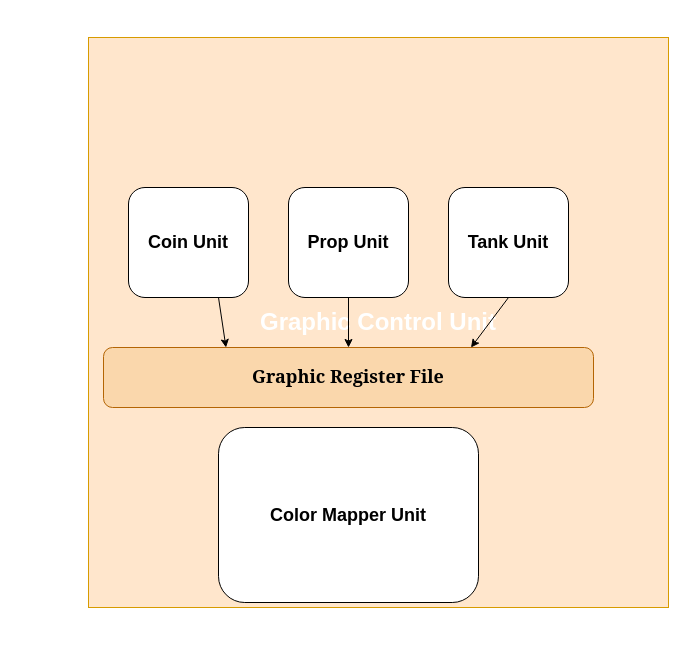
Above: FPGA-Block.drawio in MooMooHorse/FPGA-Tank-World (draw.io), before the change. Source tidied: cells renumbered, new cells numbered last; positions are measured from the earlier drawing's top-left corner, leaving out a move shared by most shapes. Both pictures are drawn from the tidied source at 100%, with x=0, y=0 at pixel (88, 37).
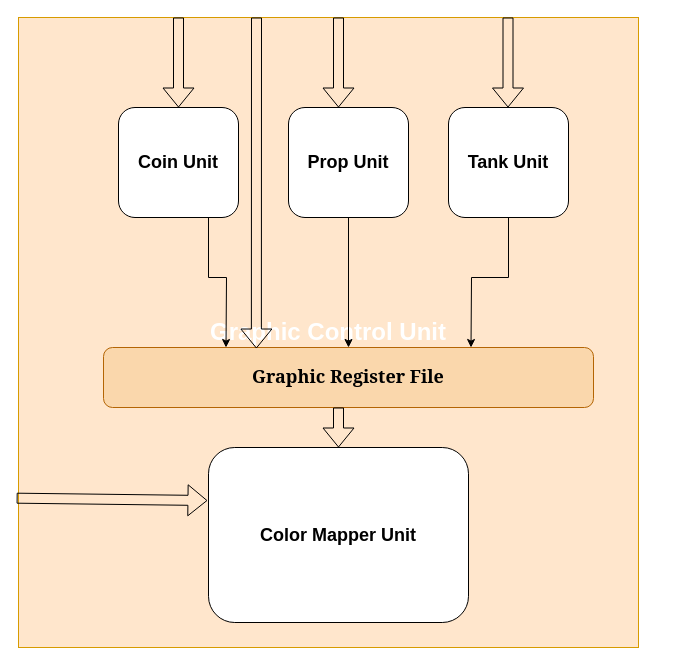
After the change.

The change refers to these unchanged cells:
```xml
<mxCell id="7" value="&lt;h2&gt;&lt;font face=&quot;Georgia&quot;&gt;Graphic Register File&lt;/font&gt;&lt;/h2&gt;" style="rounded=1;whiteSpace=wrap;html=1;fillColor=#fad7ac;strokeColor=#b46504;" parent="1" vertex="1">
  <mxGeometry x="15" y="310" width="490" height="60" as="geometry" />
</mxCell>
```

Diff of the diagram source:
```diff
@@
     <mxCell id="2" value="&lt;h1&gt;&lt;font color=&quot;#ffffff&quot;&gt;Graphic Control Unit&lt;/font&gt;&lt;/h1&gt;" style="rounded=0;whiteSpace=wrap;html=1;fillColor=#ffe6cc;strokeColor=#d79b00;" parent="1" vertex="1">
-      <mxGeometry width="580" height="570" as="geometry" />
+      <mxGeometry x="-70" y="-20" width="620" height="630" as="geometry" />
     </mxCell>
     <mxCell id="3" value="&lt;h2&gt;Coin Unit&lt;/h2&gt;" style="rounded=1;whiteSpace=wrap;html=1;" parent="1" vertex="1">
-      <mxGeometry x="40" y="150" width="120" height="110" as="geometry" />
+      <mxGeometry x="30" y="70" width="120" height="110" as="geometry" />
     </mxCell>
     <mxCell id="4" value="&lt;h2&gt;Tank Unit&lt;/h2&gt;" style="rounded=1;whiteSpace=wrap;html=1;" parent="1" vertex="1">
-      <mxGeometry x="360" y="150" width="120" height="110" as="geometry" />
+      <mxGeometry x="360" y="70" width="120" height="110" as="geometry" />
     </mxCell>
     <mxCell id="5" value="&lt;h2&gt;Prop Unit&lt;/h2&gt;" style="rounded=1;whiteSpace=wrap;html=1;" parent="1" vertex="1">
-      <mxGeometry x="200" y="150" width="120" height="110" as="geometry" />
+      <mxGeometry x="200" y="70" width="120" height="110" as="geometry" />
     </mxCell>
     <mxCell id="6" value="&lt;h2&gt;Color Mapper Unit&lt;/h2&gt;" style="rounded=1;whiteSpace=wrap;html=1;" parent="1" vertex="1">
-      <mxGeometry x="130" y="390" width="260" height="175" as="geometry" />
+      <mxGeometry x="120" y="410" width="260" height="175" as="geometry" />
     </mxCell>
@@
     <mxCell id="8" style="endArrow=classic;html=1;rounded=0;exitX=0.75;exitY=1;exitDx=0;exitDy=0;entryX=0.25;entryY=0;entryDx=0;entryDy=0;" parent="1" edge="1" source="3" target="7">
-      <mxGeometry relative="1" as="geometry" />
+      <mxGeometry relative="1" as="geometry">
+        <Array as="points">
+          <mxPoint x="120" y="240" />
+          <mxPoint x="138" y="240" />
+        </Array>
+      </mxGeometry>
     </mxCell>
     <mxCell id="9" style="endArrow=classic;html=1;rounded=0;exitX=0.5;exitY=1;exitDx=0;exitDy=0;entryX=0.75;entryY=0;entryDx=0;entryDy=0;" parent="1" edge="1" source="4" target="7">
-      <mxGeometry relative="1" as="geometry" />
+      <mxGeometry relative="1" as="geometry">
+        <Array as="points">
+          <mxPoint x="420" y="240" />
+          <mxPoint x="383" y="240" />
+        </Array>
+      </mxGeometry>
     </mxCell>
@@
+    <mxCell id="11" style="shape=flexArrow;endArrow=classic;html=1;rounded=0;entryX=0.5;entryY=0;entryDx=0;entryDy=0;" parent="1" edge="1" target="6">
+      <mxGeometry relative="1" as="geometry">
+        <mxPoint x="250" y="370" as="sourcePoint" />
+      </mxGeometry>
+    </mxCell>
+    <mxCell id="12" style="shape=flexArrow;endArrow=classic;html=1;rounded=0;entryX=0.5;entryY=0;entryDx=0;entryDy=0;" parent="1" edge="1" target="3">
+      <mxGeometry relative="1" as="geometry">
+        <mxPoint x="90" y="-20" as="sourcePoint" />
+      </mxGeometry>
+    </mxCell>
+    <mxCell id="13" style="shape=flexArrow;endArrow=classic;html=1;rounded=0;entryX=0.5;entryY=0;entryDx=0;entryDy=0;" parent="1" edge="1">
+      <mxGeometry relative="1" as="geometry">
+        <mxPoint x="250" y="-20" as="sourcePoint" />
+        <mxPoint x="250" y="70" as="targetPoint" />
+      </mxGeometry>
+    </mxCell>
+    <mxCell id="14" style="shape=flexArrow;endArrow=classic;html=1;rounded=0;entryX=0.5;entryY=0;entryDx=0;entryDy=0;" parent="1" edge="1">
+      <mxGeometry relative="1" as="geometry">
+        <mxPoint x="419.5" y="-20" as="sourcePoint" />
+        <mxPoint x="419.5" y="70" as="targetPoint" />
+      </mxGeometry>
+    </mxCell>
+    <mxCell id="15" style="shape=flexArrow;endArrow=classic;html=1;rounded=0;entryX=0.312;entryY=0.017;entryDx=0;entryDy=0;entryPerimeter=0;" parent="1" edge="1" target="7">
+      <mxGeometry relative="1" as="geometry">
+        <mxPoint x="168" y="-20" as="sourcePoint" />
+      </mxGeometry>
+    </mxCell>
+    <mxCell id="16" style="shape=flexArrow;endArrow=classic;html=1;rounded=0;exitX=-0.003;exitY=0.763;exitDx=0;exitDy=0;entryX=-0.004;entryY=0.303;entryDx=0;entryDy=0;exitPerimeter=0;entryPerimeter=0;" parent="1" edge="1" source="2" target="6">
+      <mxGeometry relative="1" as="geometry" />
+    </mxCell>
```
